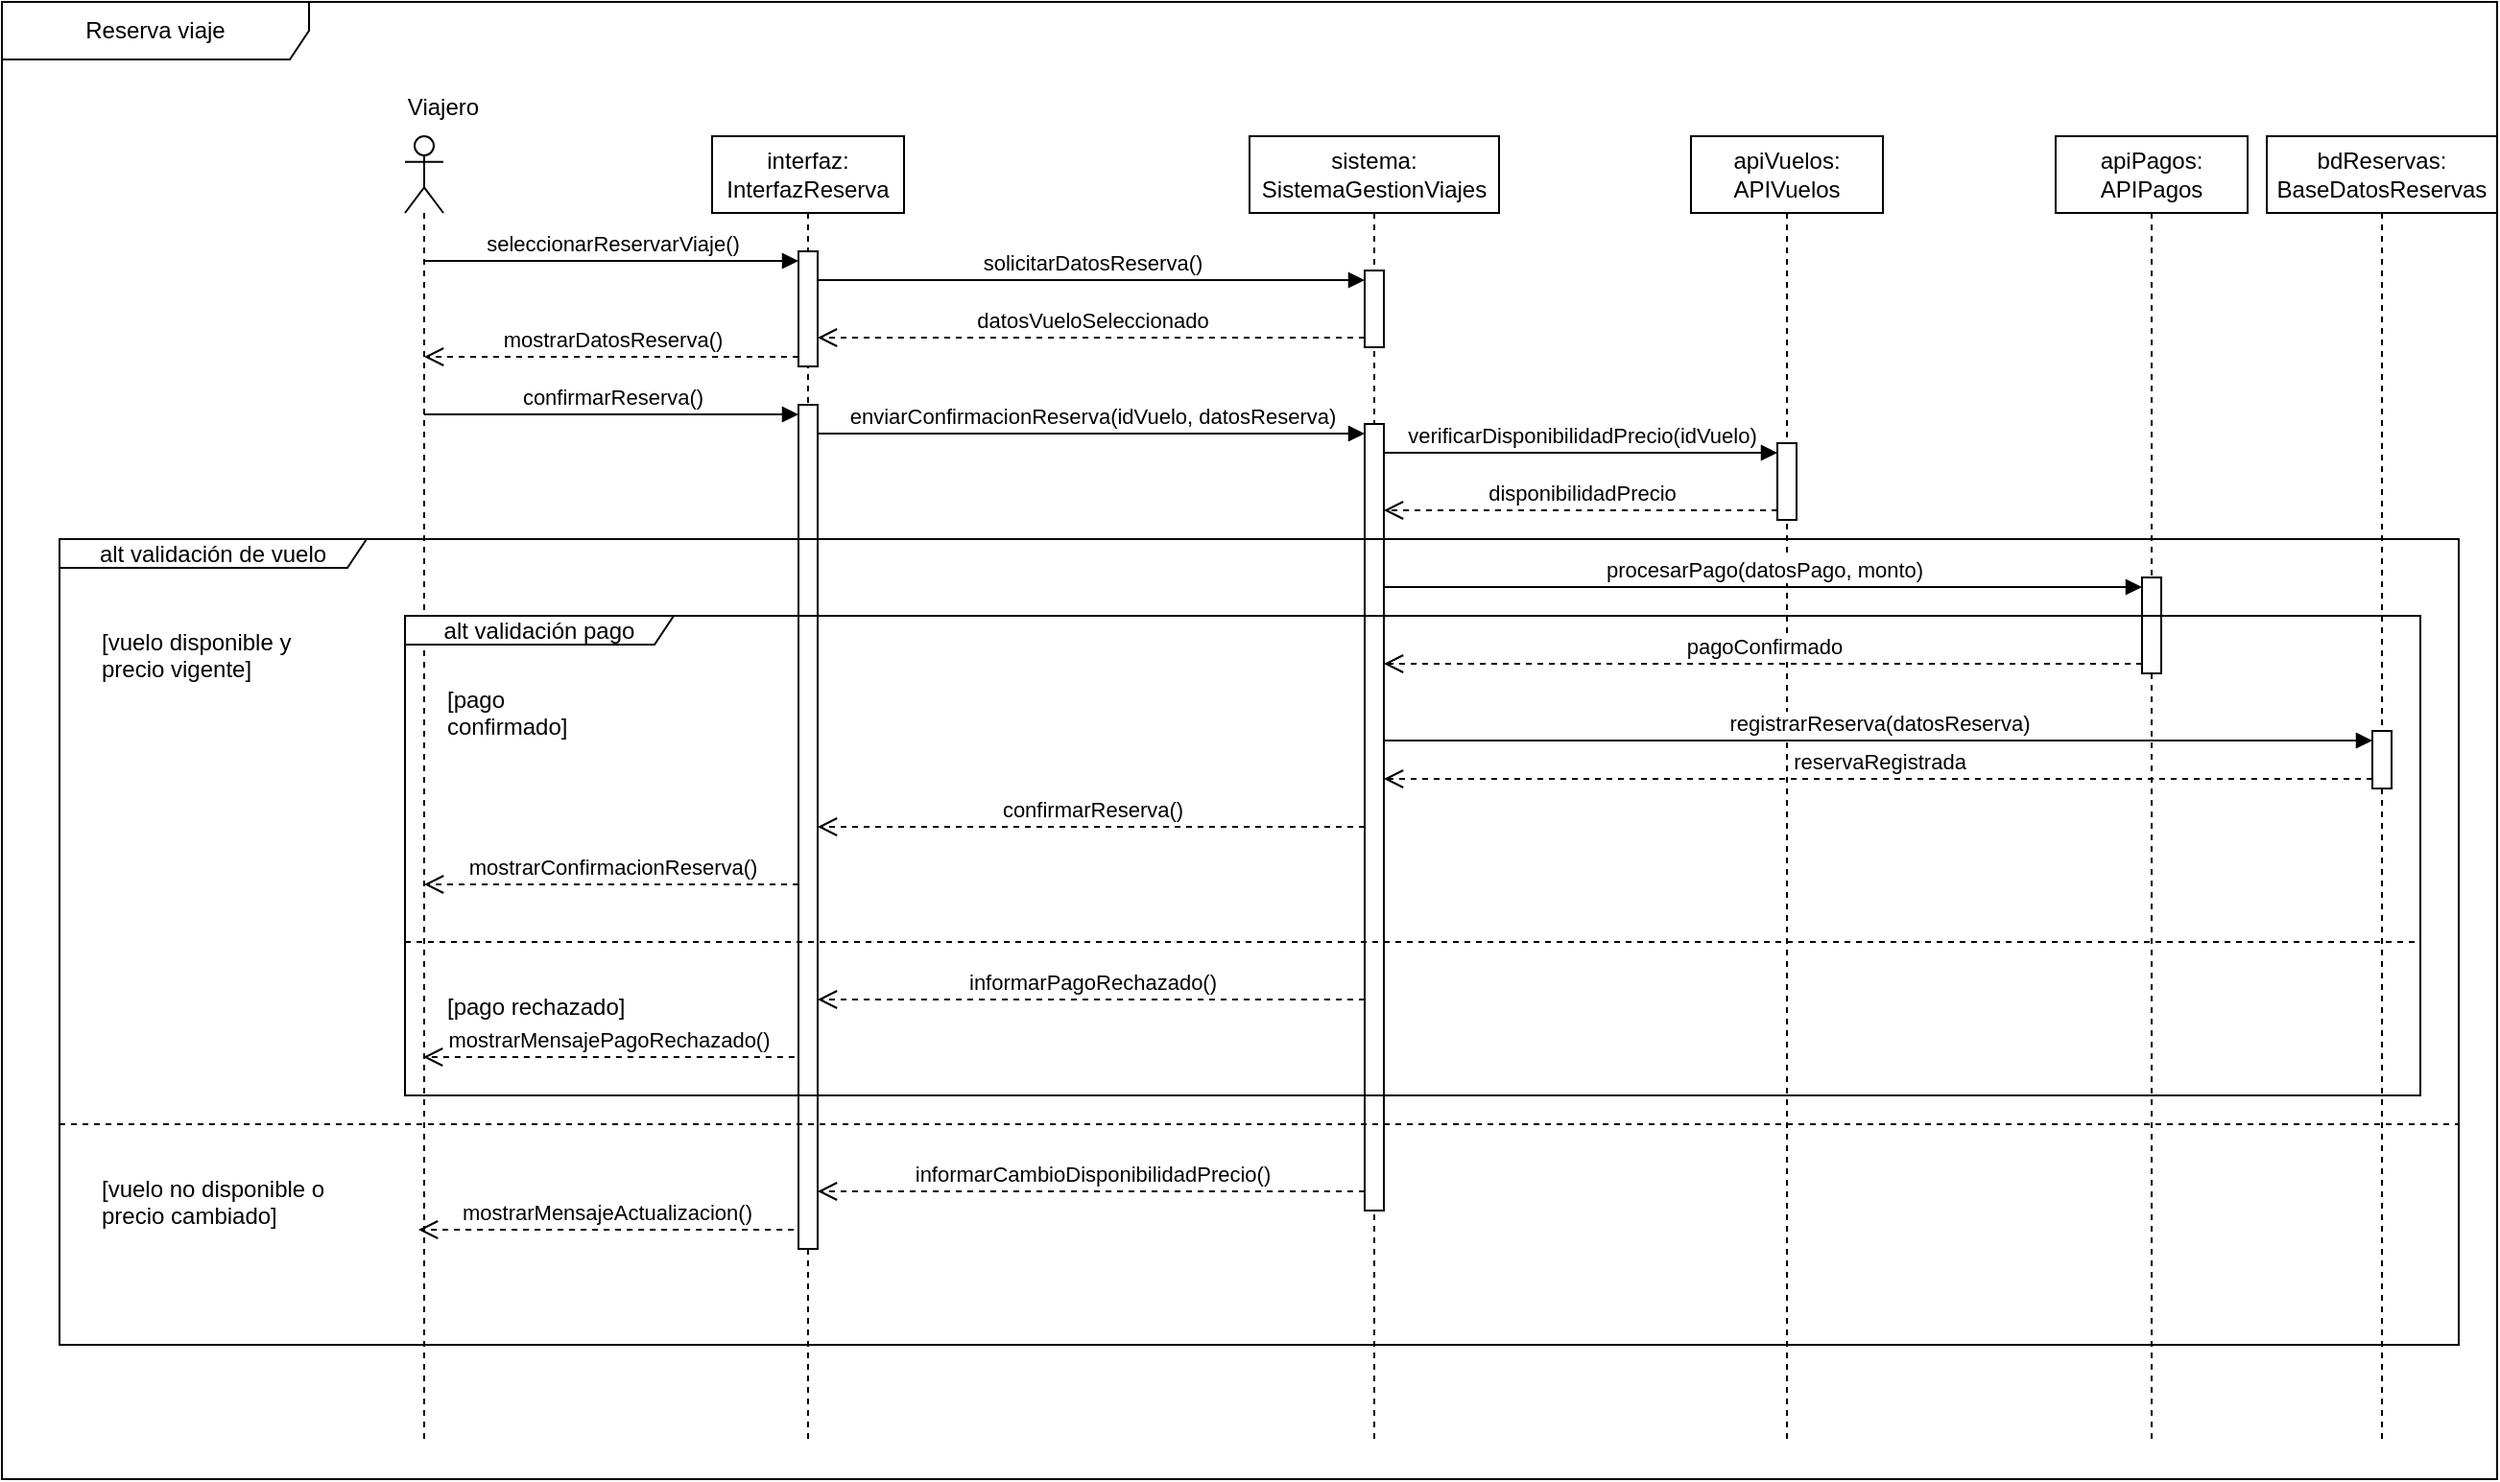
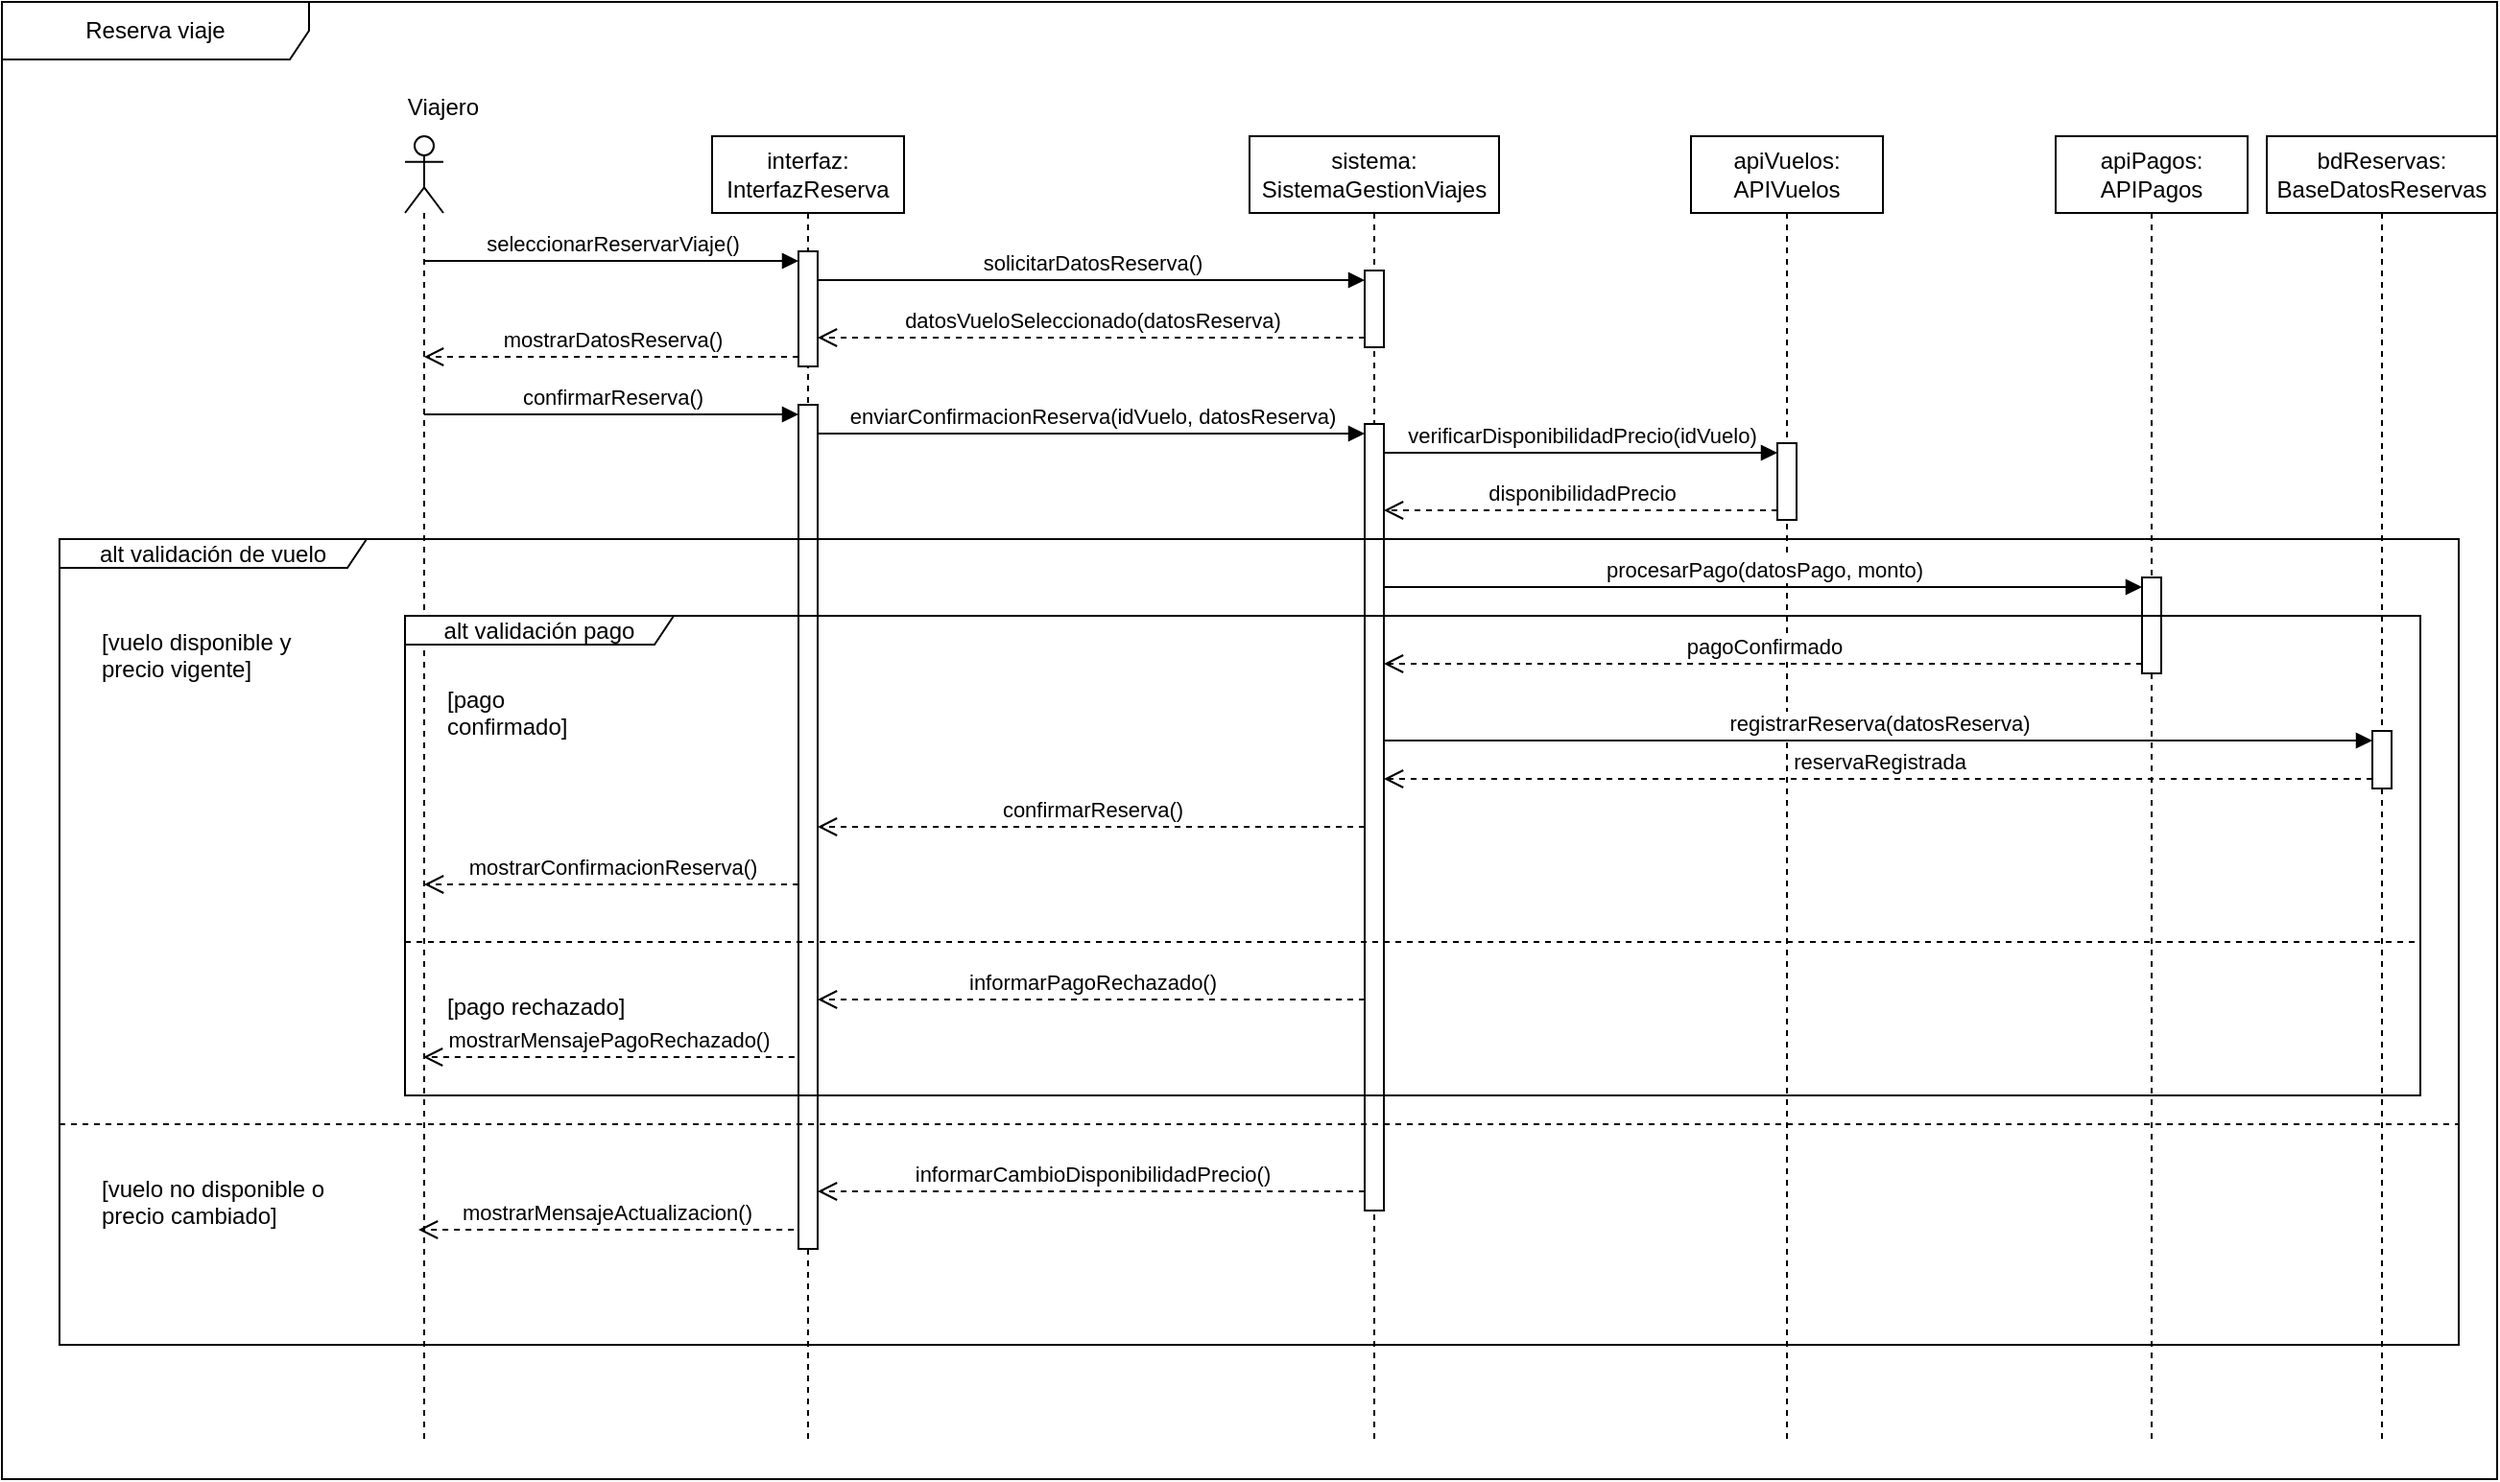
<mxfile host="app.diagrams.net">
  <diagram name="Page-1" id="RD72t6LjuU9YdljJS5gK">
-     <mxGraphModel dx="1340" dy="1893" grid="1" gridSize="10" guides="1" tooltips="1" connect="1" arrows="1" fold="1" page="1" pageScale="1" pageWidth="850" pageHeight="1100" math="0" shadow="0">
+     <mxGraphModel dx="1559" dy="813" grid="1" gridSize="10" guides="1" tooltips="1" connect="1" arrows="1" fold="1" page="1" pageScale="1" pageWidth="850" pageHeight="1100" math="0" shadow="0">
      <root>
        <mxCell id="0" />
        <mxCell id="1" parent="0" />
        <mxCell id="uqaw665QEyW273f3UXCv-1" parent="1" style="shape=umlFrame;whiteSpace=wrap;html=1;pointerEvents=0;recursiveResize=0;container=1;collapsible=0;width=160;" value="Reserva viaje" vertex="1">
          <mxGeometry height="770" width="1300" x="110" y="210" as="geometry" />
        </mxCell>
        <mxCell id="uqaw665QEyW273f3UXCv-2" parent="uqaw665QEyW273f3UXCv-1" style="shape=umlLifeline;perimeter=lifelinePerimeter;whiteSpace=wrap;html=1;container=1;dropTarget=0;collapsible=0;recursiveResize=0;outlineConnect=0;portConstraint=eastwest;newEdgeStyle={&quot;curved&quot;:0,&quot;rounded&quot;:0};participant=umlActor;" value="" vertex="1">
          <mxGeometry height="680" width="20" x="210" y="70" as="geometry" />
        </mxCell>
        <mxCell id="uqaw665QEyW273f3UXCv-4" parent="uqaw665QEyW273f3UXCv-1" style="shape=umlLifeline;perimeter=lifelinePerimeter;whiteSpace=wrap;html=1;container=1;dropTarget=0;collapsible=0;recursiveResize=0;outlineConnect=0;portConstraint=eastwest;newEdgeStyle={&quot;curved&quot;:0,&quot;rounded&quot;:0};" value="&lt;div&gt;&lt;span&gt;interfaz:&lt;/span&gt;&lt;/div&gt;&lt;div&gt;&lt;span&gt;InterfazReserva&lt;/span&gt;&lt;/div&gt;" vertex="1">
          <mxGeometry height="680" width="100" x="370" y="70" as="geometry" />
        </mxCell>
        <mxCell id="uqaw665QEyW273f3UXCv-9" parent="uqaw665QEyW273f3UXCv-4" style="html=1;points=[[0,0,0,0,5],[0,1,0,0,-5],[1,0,0,0,5],[1,1,0,0,-5]];perimeter=orthogonalPerimeter;outlineConnect=0;targetShapes=umlLifeline;portConstraint=eastwest;newEdgeStyle={&quot;curved&quot;:0,&quot;rounded&quot;:0};" value="" vertex="1">
          <mxGeometry height="60" width="10" x="45" y="60" as="geometry" />
        </mxCell>
        <mxCell id="uqaw665QEyW273f3UXCv-17" parent="uqaw665QEyW273f3UXCv-4" style="html=1;points=[[0,0,0,0,5],[0,1,0,0,-5],[1,0,0,0,5],[1,1,0,0,-5]];perimeter=orthogonalPerimeter;outlineConnect=0;targetShapes=umlLifeline;portConstraint=eastwest;newEdgeStyle={&quot;curved&quot;:0,&quot;rounded&quot;:0};" value="" vertex="1">
          <mxGeometry height="440" width="10" x="45" y="140" as="geometry" />
        </mxCell>
        <mxCell id="uqaw665QEyW273f3UXCv-5" parent="uqaw665QEyW273f3UXCv-1" style="shape=umlLifeline;perimeter=lifelinePerimeter;whiteSpace=wrap;html=1;container=1;dropTarget=0;collapsible=0;recursiveResize=0;outlineConnect=0;portConstraint=eastwest;newEdgeStyle={&quot;curved&quot;:0,&quot;rounded&quot;:0};" value="&lt;div&gt;&lt;span&gt;sistema:&lt;/span&gt;&lt;/div&gt;&lt;div&gt;&lt;span&gt;SistemaGestionViajes&lt;/span&gt;&lt;/div&gt;" vertex="1">
          <mxGeometry height="680" width="130" x="650" y="70" as="geometry" />
        </mxCell>
        <mxCell id="uqaw665QEyW273f3UXCv-11" parent="uqaw665QEyW273f3UXCv-5" style="html=1;points=[[0,0,0,0,5],[0,1,0,0,-5],[1,0,0,0,5],[1,1,0,0,-5]];perimeter=orthogonalPerimeter;outlineConnect=0;targetShapes=umlLifeline;portConstraint=eastwest;newEdgeStyle={&quot;curved&quot;:0,&quot;rounded&quot;:0};" value="" vertex="1">
          <mxGeometry height="40" width="10" x="60" y="70" as="geometry" />
        </mxCell>
        <mxCell id="uqaw665QEyW273f3UXCv-18" parent="uqaw665QEyW273f3UXCv-5" style="html=1;points=[[0,0,0,0,5],[0,1,0,0,-5],[1,0,0,0,5],[1,1,0,0,-5]];perimeter=orthogonalPerimeter;outlineConnect=0;targetShapes=umlLifeline;portConstraint=eastwest;newEdgeStyle={&quot;curved&quot;:0,&quot;rounded&quot;:0};" value="" vertex="1">
          <mxGeometry height="410" width="10" x="60" y="150" as="geometry" />
        </mxCell>
        <mxCell id="uqaw665QEyW273f3UXCv-6" parent="uqaw665QEyW273f3UXCv-1" style="shape=umlLifeline;perimeter=lifelinePerimeter;whiteSpace=wrap;html=1;container=1;dropTarget=0;collapsible=0;recursiveResize=0;outlineConnect=0;portConstraint=eastwest;newEdgeStyle={&quot;curved&quot;:0,&quot;rounded&quot;:0};" value="&lt;div&gt;&lt;span&gt;apiVuelos:&lt;/span&gt;&lt;/div&gt;&lt;div&gt;&lt;span&gt;APIVuelos&lt;/span&gt;&lt;/div&gt;" vertex="1">
          <mxGeometry height="680" width="100" x="880" y="70" as="geometry" />
        </mxCell>
        <mxCell id="uqaw665QEyW273f3UXCv-21" parent="uqaw665QEyW273f3UXCv-6" style="html=1;points=[[0,0,0,0,5],[0,1,0,0,-5],[1,0,0,0,5],[1,1,0,0,-5]];perimeter=orthogonalPerimeter;outlineConnect=0;targetShapes=umlLifeline;portConstraint=eastwest;newEdgeStyle={&quot;curved&quot;:0,&quot;rounded&quot;:0};" value="" vertex="1">
          <mxGeometry height="40" width="10" x="45" y="160" as="geometry" />
        </mxCell>
        <mxCell id="uqaw665QEyW273f3UXCv-7" parent="uqaw665QEyW273f3UXCv-1" style="shape=umlLifeline;perimeter=lifelinePerimeter;whiteSpace=wrap;html=1;container=1;dropTarget=0;collapsible=0;recursiveResize=0;outlineConnect=0;portConstraint=eastwest;newEdgeStyle={&quot;curved&quot;:0,&quot;rounded&quot;:0};" value="&lt;div&gt;&lt;span&gt;apiPagos:&lt;/span&gt;&lt;/div&gt;&lt;div&gt;&lt;span&gt;APIPagos&lt;/span&gt;&lt;/div&gt;" vertex="1">
          <mxGeometry height="680" width="100" x="1070" y="70" as="geometry" />
        </mxCell>
        <mxCell id="uqaw665QEyW273f3UXCv-28" parent="uqaw665QEyW273f3UXCv-7" style="html=1;points=[[0,0,0,0,5],[0,1,0,0,-5],[1,0,0,0,5],[1,1,0,0,-5]];perimeter=orthogonalPerimeter;outlineConnect=0;targetShapes=umlLifeline;portConstraint=eastwest;newEdgeStyle={&quot;curved&quot;:0,&quot;rounded&quot;:0};" value="" vertex="1">
          <mxGeometry height="50" width="10" x="45" y="230" as="geometry" />
        </mxCell>
        <mxCell id="uqaw665QEyW273f3UXCv-8" parent="uqaw665QEyW273f3UXCv-1" style="shape=umlLifeline;perimeter=lifelinePerimeter;whiteSpace=wrap;html=1;container=1;dropTarget=0;collapsible=0;recursiveResize=0;outlineConnect=0;portConstraint=eastwest;newEdgeStyle={&quot;curved&quot;:0,&quot;rounded&quot;:0};" value="&lt;div&gt;bdReservas:&lt;/div&gt;&lt;div&gt;BaseDatosReservas&lt;/div&gt;" vertex="1">
          <mxGeometry height="680" width="120" x="1180" y="70" as="geometry" />
        </mxCell>
        <mxCell id="uqaw665QEyW273f3UXCv-37" parent="uqaw665QEyW273f3UXCv-8" style="html=1;points=[[0,0,0,0,5],[0,1,0,0,-5],[1,0,0,0,5],[1,1,0,0,-5]];perimeter=orthogonalPerimeter;outlineConnect=0;targetShapes=umlLifeline;portConstraint=eastwest;newEdgeStyle={&quot;curved&quot;:0,&quot;rounded&quot;:0};" value="" vertex="1">
          <mxGeometry height="30" width="10" x="55" y="310" as="geometry" />
        </mxCell>
        <mxCell id="uqaw665QEyW273f3UXCv-10" edge="1" parent="uqaw665QEyW273f3UXCv-1" source="uqaw665QEyW273f3UXCv-2" style="html=1;verticalAlign=bottom;endArrow=block;curved=0;rounded=0;entryX=0;entryY=0;entryDx=0;entryDy=5;entryPerimeter=0;" target="uqaw665QEyW273f3UXCv-9" value="seleccionarReservarViaje()">
          <mxGeometry relative="1" width="80" as="geometry">
            <mxPoint x="460" y="230" as="sourcePoint" />
            <mxPoint x="540" y="230" as="targetPoint" />
          </mxGeometry>
        </mxCell>
        <mxCell id="uqaw665QEyW273f3UXCv-12" edge="1" parent="uqaw665QEyW273f3UXCv-1" source="uqaw665QEyW273f3UXCv-9" style="html=1;verticalAlign=bottom;endArrow=block;curved=0;rounded=0;entryX=0;entryY=0;entryDx=0;entryDy=5;entryPerimeter=0;" target="uqaw665QEyW273f3UXCv-11" value="solicitarDatosReserva()">
          <mxGeometry relative="1" width="80" as="geometry">
            <mxPoint x="460" y="230" as="sourcePoint" />
            <mxPoint x="540" y="230" as="targetPoint" />
          </mxGeometry>
        </mxCell>
-         <mxCell id="uqaw665QEyW273f3UXCv-14" edge="1" parent="uqaw665QEyW273f3UXCv-1" source="uqaw665QEyW273f3UXCv-11" style="html=1;verticalAlign=bottom;endArrow=open;dashed=1;endSize=8;curved=0;rounded=0;exitX=0;exitY=1;exitDx=0;exitDy=-5;exitPerimeter=0;" target="uqaw665QEyW273f3UXCv-9" value="&lt;span&gt;datosVueloSeleccionado&lt;/span&gt;">
+         <mxCell id="uqaw665QEyW273f3UXCv-14" edge="1" parent="uqaw665QEyW273f3UXCv-1" source="uqaw665QEyW273f3UXCv-11" style="html=1;verticalAlign=bottom;endArrow=open;dashed=1;endSize=8;curved=0;rounded=0;exitX=0;exitY=1;exitDx=0;exitDy=-5;exitPerimeter=0;" target="uqaw665QEyW273f3UXCv-9" value="&lt;span&gt;datosVueloSeleccionado(datosReserva)&lt;/span&gt;">
          <mxGeometry relative="1" as="geometry">
            <mxPoint x="550" y="220" as="sourcePoint" />
            <mxPoint x="470" y="220" as="targetPoint" />
          </mxGeometry>
        </mxCell>
        <mxCell id="uqaw665QEyW273f3UXCv-15" edge="1" parent="uqaw665QEyW273f3UXCv-1" source="uqaw665QEyW273f3UXCv-9" style="html=1;verticalAlign=bottom;endArrow=open;dashed=1;endSize=8;curved=0;rounded=0;exitX=0;exitY=1;exitDx=0;exitDy=-5;exitPerimeter=0;" target="uqaw665QEyW273f3UXCv-2" value="mostrarDatosReserva()">
          <mxGeometry relative="1" as="geometry">
            <mxPoint x="400" y="230" as="sourcePoint" />
            <mxPoint x="320" y="230" as="targetPoint" />
          </mxGeometry>
        </mxCell>
        <mxCell id="uqaw665QEyW273f3UXCv-16" edge="1" parent="uqaw665QEyW273f3UXCv-1" source="uqaw665QEyW273f3UXCv-2" style="html=1;verticalAlign=bottom;endArrow=block;curved=0;rounded=0;entryX=0;entryY=0;entryDx=0;entryDy=5;entryPerimeter=0;" target="uqaw665QEyW273f3UXCv-17" value="confirmarReserva()">
          <mxGeometry relative="1" width="80" as="geometry">
            <mxPoint x="370" y="250" as="sourcePoint" />
            <mxPoint x="450" y="250" as="targetPoint" />
          </mxGeometry>
        </mxCell>
        <mxCell id="uqaw665QEyW273f3UXCv-19" edge="1" parent="uqaw665QEyW273f3UXCv-1" source="uqaw665QEyW273f3UXCv-17" style="html=1;verticalAlign=bottom;endArrow=block;curved=0;rounded=0;entryX=0;entryY=0;entryDx=0;entryDy=5;entryPerimeter=0;" target="uqaw665QEyW273f3UXCv-18" value="enviarConfirmacionReserva(idVuelo, datosReserva)">
          <mxGeometry relative="1" width="80" as="geometry">
            <mxPoint x="380" y="250" as="sourcePoint" />
            <mxPoint x="460" y="250" as="targetPoint" />
          </mxGeometry>
        </mxCell>
        <mxCell id="uqaw665QEyW273f3UXCv-20" edge="1" parent="uqaw665QEyW273f3UXCv-1" source="uqaw665QEyW273f3UXCv-18" style="html=1;verticalAlign=bottom;endArrow=block;curved=0;rounded=0;entryX=0;entryY=0;entryDx=0;entryDy=5;entryPerimeter=0;" target="uqaw665QEyW273f3UXCv-21" value="verificarDisponibilidadPrecio(idVuelo)">
          <mxGeometry relative="1" width="80" as="geometry">
            <mxPoint x="730" y="290" as="sourcePoint" />
            <mxPoint x="810" y="290" as="targetPoint" />
          </mxGeometry>
        </mxCell>
        <mxCell id="uqaw665QEyW273f3UXCv-22" edge="1" parent="uqaw665QEyW273f3UXCv-1" source="uqaw665QEyW273f3UXCv-21" style="html=1;verticalAlign=bottom;endArrow=open;dashed=1;endSize=8;curved=0;rounded=0;exitX=0;exitY=1;exitDx=0;exitDy=-5;exitPerimeter=0;" target="uqaw665QEyW273f3UXCv-18" value="&lt;span&gt;disponibilidadPrecio&lt;/span&gt;">
          <mxGeometry relative="1" as="geometry">
            <mxPoint x="800" y="290" as="sourcePoint" />
            <mxPoint x="720" y="290" as="targetPoint" />
          </mxGeometry>
        </mxCell>
        <mxCell id="uqaw665QEyW273f3UXCv-24" parent="uqaw665QEyW273f3UXCv-1" style="shape=umlFrame;whiteSpace=wrap;html=1;pointerEvents=0;recursiveResize=0;container=1;collapsible=0;width=160;height=15;" value="alt validación de vuelo" vertex="1">
          <mxGeometry height="420" width="1250" x="30" y="280" as="geometry" />
        </mxCell>
        <mxCell id="uqaw665QEyW273f3UXCv-25" parent="uqaw665QEyW273f3UXCv-24" style="text;html=1;" value="&lt;div&gt;[vuelo disponible y&lt;/div&gt;&lt;div&gt;precio vigente]&lt;/div&gt;" vertex="1">
          <mxGeometry height="20" relative="1" width="100" as="geometry">
            <mxPoint x="20" y="40" as="offset" />
          </mxGeometry>
        </mxCell>
        <mxCell id="uqaw665QEyW273f3UXCv-32" parent="uqaw665QEyW273f3UXCv-24" style="shape=umlFrame;whiteSpace=wrap;html=1;pointerEvents=0;recursiveResize=0;container=1;collapsible=0;width=140;height=15;" value="alt validación pago" vertex="1">
          <mxGeometry height="250" width="1050" x="180" y="40" as="geometry" />
        </mxCell>
        <mxCell id="uqaw665QEyW273f3UXCv-33" parent="uqaw665QEyW273f3UXCv-32" style="text;html=1;" value="&lt;div&gt;[pago&amp;nbsp;&lt;/div&gt;&lt;div&gt;confirmado]&lt;/div&gt;" vertex="1">
          <mxGeometry height="20" relative="1" width="100" as="geometry">
            <mxPoint x="20" y="30" as="offset" />
          </mxGeometry>
        </mxCell>
        <mxCell id="uqaw665QEyW273f3UXCv-34" parent="uqaw665QEyW273f3UXCv-32" style="line;strokeWidth=1;dashed=1;labelPosition=center;verticalLabelPosition=bottom;align=left;verticalAlign=top;spacingLeft=20;spacingTop=15;html=1;whiteSpace=wrap;" value="&lt;span&gt;    [pago rechazado]&lt;/span&gt;" vertex="1">
          <mxGeometry height="10" width="1050" y="165" as="geometry" />
        </mxCell>
        <mxCell id="uqaw665QEyW273f3UXCv-35" edge="1" parent="uqaw665QEyW273f3UXCv-32" source="uqaw665QEyW273f3UXCv-33" style="edgeStyle=orthogonalEdgeStyle;rounded=0;orthogonalLoop=1;jettySize=auto;html=1;exitX=0.5;exitY=1;exitDx=0;exitDy=0;" target="uqaw665QEyW273f3UXCv-33">
          <mxGeometry relative="1" as="geometry" />
        </mxCell>
        <mxCell id="uqaw665QEyW273f3UXCv-44" edge="1" parent="uqaw665QEyW273f3UXCv-32" style="html=1;verticalAlign=bottom;endArrow=open;dashed=1;endSize=8;curved=0;rounded=0;" target="uqaw665QEyW273f3UXCv-17" value="informarPagoRechazado()">
          <mxGeometry relative="1" as="geometry">
            <mxPoint x="500" y="200" as="sourcePoint" />
            <mxPoint x="270" y="200" as="targetPoint" />
          </mxGeometry>
        </mxCell>
        <mxCell id="uqaw665QEyW273f3UXCv-26" parent="uqaw665QEyW273f3UXCv-32" style="line;strokeWidth=1;dashed=1;labelPosition=center;verticalLabelPosition=bottom;align=left;verticalAlign=top;spacingLeft=20;spacingTop=15;html=1;whiteSpace=wrap;" value="&lt;div&gt;[vuelo no disponible o&lt;/div&gt;&lt;div&gt;precio cambiado]&lt;/div&gt;" vertex="1">
          <mxGeometry height="10" width="1250" x="-180" y="260" as="geometry" />
        </mxCell>
        <mxCell id="uqaw665QEyW273f3UXCv-45" edge="1" parent="uqaw665QEyW273f3UXCv-32" style="html=1;verticalAlign=bottom;endArrow=open;dashed=1;endSize=8;curved=0;rounded=0;" value="mostrarMensajePagoRechazado()">
          <mxGeometry relative="1" as="geometry">
            <mxPoint x="202.93" y="230" as="sourcePoint" />
            <mxPoint x="9.5" y="230" as="targetPoint" />
          </mxGeometry>
        </mxCell>
        <mxCell id="uqaw665QEyW273f3UXCv-47" edge="1" parent="uqaw665QEyW273f3UXCv-32" style="html=1;verticalAlign=bottom;endArrow=open;dashed=1;endSize=8;curved=0;rounded=0;" value="mostrarMensajeActualizacion()">
          <mxGeometry relative="1" as="geometry">
            <mxPoint x="202.55" y="320" as="sourcePoint" />
            <mxPoint x="6.997368421052727" y="320" as="targetPoint" />
          </mxGeometry>
        </mxCell>
        <mxCell id="uqaw665QEyW273f3UXCv-46" edge="1" parent="uqaw665QEyW273f3UXCv-24" style="html=1;verticalAlign=bottom;endArrow=open;dashed=1;endSize=8;curved=0;rounded=0;" value="informarCambioDisponibilidadPrecio()">
          <mxGeometry relative="1" as="geometry">
            <mxPoint x="680" y="340" as="sourcePoint" />
            <mxPoint x="395" y="340" as="targetPoint" />
          </mxGeometry>
        </mxCell>
        <mxCell id="uqaw665QEyW273f3UXCv-27" edge="1" parent="uqaw665QEyW273f3UXCv-1" source="uqaw665QEyW273f3UXCv-18" style="html=1;verticalAlign=bottom;endArrow=block;curved=0;rounded=0;entryX=0;entryY=0;entryDx=0;entryDy=5;entryPerimeter=0;" target="uqaw665QEyW273f3UXCv-28" value="&lt;span&gt;procesarPago(datosPago, monto)&lt;/span&gt;">
          <mxGeometry relative="1" width="80" as="geometry">
            <mxPoint x="670" y="300" as="sourcePoint" />
            <mxPoint x="750" y="300" as="targetPoint" />
          </mxGeometry>
        </mxCell>
        <mxCell id="uqaw665QEyW273f3UXCv-29" edge="1" parent="uqaw665QEyW273f3UXCv-1" source="uqaw665QEyW273f3UXCv-28" style="html=1;verticalAlign=bottom;endArrow=open;dashed=1;endSize=8;curved=0;rounded=0;exitX=0;exitY=1;exitDx=0;exitDy=-5;exitPerimeter=0;" target="uqaw665QEyW273f3UXCv-18" value="&lt;span&gt;pagoConfirmado&lt;/span&gt;">
          <mxGeometry relative="1" as="geometry">
            <mxPoint x="950" y="370" as="sourcePoint" />
            <mxPoint x="870" y="370" as="targetPoint" />
          </mxGeometry>
        </mxCell>
        <mxCell id="uqaw665QEyW273f3UXCv-36" edge="1" parent="uqaw665QEyW273f3UXCv-1" source="uqaw665QEyW273f3UXCv-18" style="html=1;verticalAlign=bottom;endArrow=block;curved=0;rounded=0;entryX=0;entryY=0;entryDx=0;entryDy=5;entryPerimeter=0;" target="uqaw665QEyW273f3UXCv-37" value="registrarReserva(datosReserva)">
          <mxGeometry relative="1" width="80" as="geometry">
            <mxPoint x="900" y="370" as="sourcePoint" />
            <mxPoint x="980" y="370" as="targetPoint" />
          </mxGeometry>
        </mxCell>
        <mxCell id="uqaw665QEyW273f3UXCv-40" edge="1" parent="uqaw665QEyW273f3UXCv-1" source="uqaw665QEyW273f3UXCv-37" style="html=1;verticalAlign=bottom;endArrow=open;dashed=1;endSize=8;curved=0;rounded=0;exitX=0;exitY=1;exitDx=0;exitDy=-5;exitPerimeter=0;" target="uqaw665QEyW273f3UXCv-18" value="&lt;span&gt;reservaRegistrada&lt;/span&gt;">
          <mxGeometry relative="1" as="geometry">
            <mxPoint x="1050" y="430" as="sourcePoint" />
            <mxPoint x="970" y="430" as="targetPoint" />
          </mxGeometry>
        </mxCell>
        <mxCell id="uqaw665QEyW273f3UXCv-42" edge="1" parent="uqaw665QEyW273f3UXCv-1" source="uqaw665QEyW273f3UXCv-18" style="html=1;verticalAlign=bottom;endArrow=open;dashed=1;endSize=8;curved=0;rounded=0;" target="uqaw665QEyW273f3UXCv-17" value="confirmarReserva()">
          <mxGeometry relative="1" as="geometry">
            <Array as="points">
              <mxPoint x="570" y="430" />
            </Array>
            <mxPoint x="610" y="440" as="sourcePoint" />
            <mxPoint x="530" y="440" as="targetPoint" />
          </mxGeometry>
        </mxCell>
        <mxCell id="uqaw665QEyW273f3UXCv-43" edge="1" parent="uqaw665QEyW273f3UXCv-1" source="uqaw665QEyW273f3UXCv-17" style="html=1;verticalAlign=bottom;endArrow=open;dashed=1;endSize=8;curved=0;rounded=0;" target="uqaw665QEyW273f3UXCv-2" value="mostrarConfirmacionReserva()">
          <mxGeometry relative="1" as="geometry">
            <Array as="points">
              <mxPoint x="310" y="460" />
            </Array>
            <mxPoint x="390" y="460" as="sourcePoint" />
            <mxPoint x="310" y="460" as="targetPoint" />
          </mxGeometry>
        </mxCell>
        <mxCell id="uqaw665QEyW273f3UXCv-3" parent="1" style="text;html=1;whiteSpace=wrap;strokeColor=none;fillColor=none;align=center;verticalAlign=middle;rounded=0;" value="Viajero" vertex="1">
          <mxGeometry height="30" width="60" x="310" y="250" as="geometry" />
        </mxCell>
      </root>
    </mxGraphModel>
  </diagram>
</mxfile>
